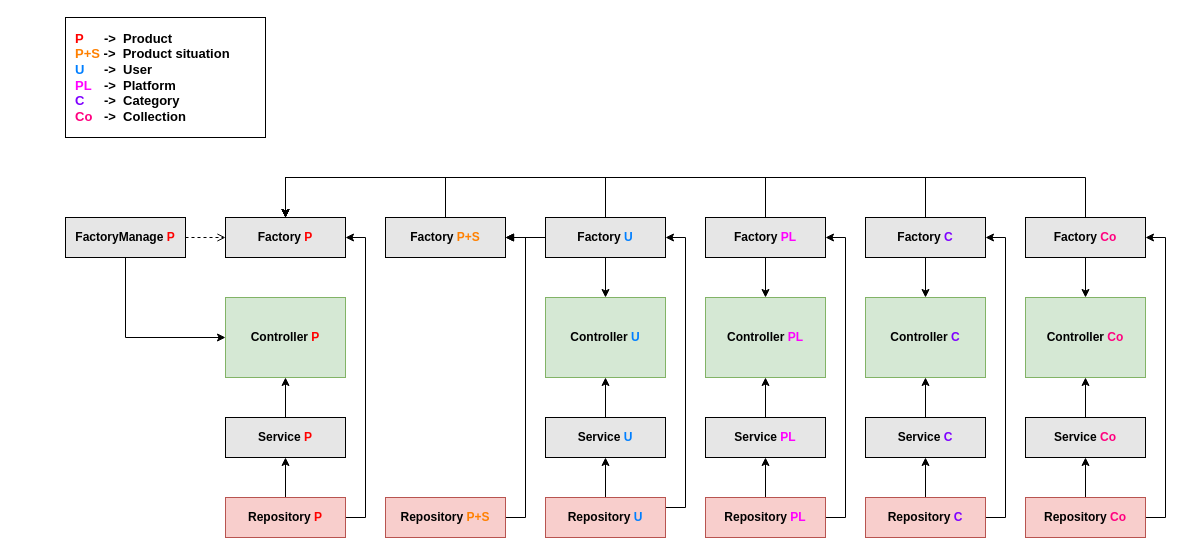
Rafael24595/java-warehouse-rest keeps this draw.io diagram as src/main/resources/warehouse.drawio. Above is the earlier version. Source tidied: cells renumbered, new cells numbered last; positions are measured from the earlier drawing's top-left corner, leaving out a move shared by most shapes. Both pictures are drawn from the tidied source at 100%, with x=0, y=0 at pixel (65, 17).
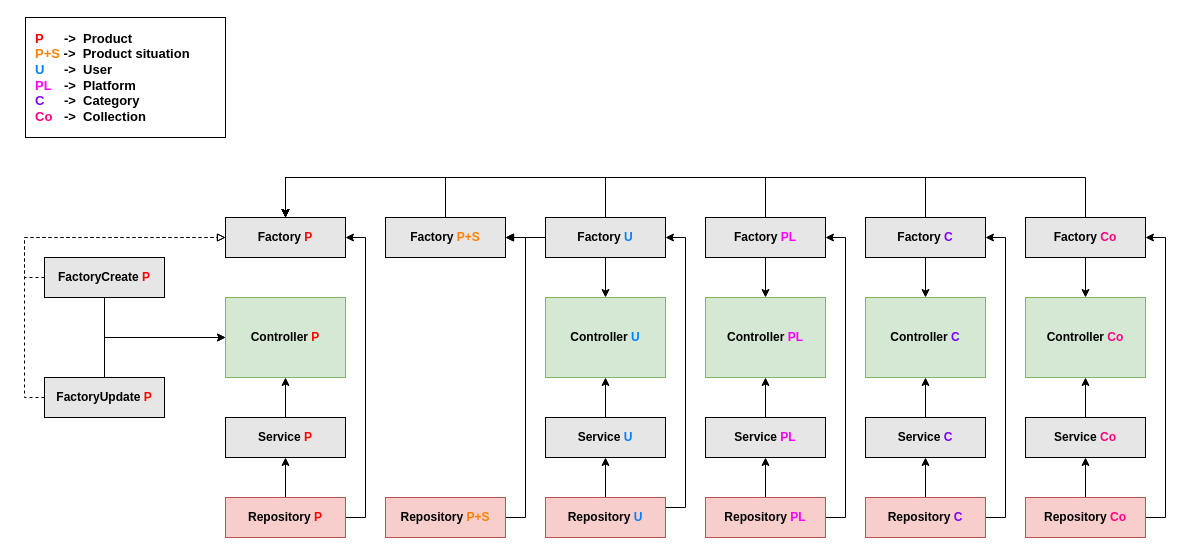
After the change.

The change refers to these unchanged cells:
```xml
<mxCell id="44" value="Factory &lt;font color=&quot;#ff0000&quot;&gt;P&lt;/font&gt;" style="rounded=0;whiteSpace=wrap;html=1;fontStyle=1;fillColor=#E6E6E6;" parent="1" vertex="1">
  <mxGeometry x="160" y="200" width="120" height="40" as="geometry" />
</mxCell>
<mxCell id="48" value="&lt;span style=&quot;&quot;&gt;Controller &lt;font style=&quot;font-size: 12px;&quot; color=&quot;#ff0000&quot;&gt;P&lt;/font&gt;&lt;/span&gt;" style="rounded=0;whiteSpace=wrap;html=1;fontStyle=1;shadow=0;glass=0;sketch=0;fillStyle=auto;fillColor=#d5e8d4;strokeColor=#82b366;" parent="1" vertex="1">
  <mxGeometry x="160" y="280" width="120" height="80" as="geometry" />
</mxCell>
```

What changed in the source:
```diff
@@
     <mxCell id="16" value="&lt;font color=&quot;#ff0000&quot;&gt;P&lt;/font&gt; &lt;span style=&quot;white-space: pre;&quot;&gt;&#9;&lt;/span&gt;-&amp;gt;&amp;nbsp; Product&lt;br style=&quot;&quot;&gt;&lt;font color=&quot;#ff8000&quot;&gt;P+S&lt;/font&gt; -&amp;gt;&amp;nbsp; Product situation&lt;br style=&quot;&quot;&gt;&lt;font color=&quot;#007fff&quot;&gt;U&lt;/font&gt; &lt;span style=&quot;white-space: pre;&quot;&gt;&#9;&lt;/span&gt;-&amp;gt;&amp;nbsp; User&lt;br style=&quot;&quot;&gt;&lt;font color=&quot;#ff00ff&quot;&gt;PL&lt;/font&gt; &lt;span style=&quot;white-space: pre;&quot;&gt;&#9;&lt;/span&gt;-&amp;gt;&amp;nbsp; Platform&lt;br style=&quot;&quot;&gt;&lt;div style=&quot;&quot;&gt;&lt;span style=&quot;background-color: initial;&quot;&gt;&lt;font color=&quot;#7f00ff&quot;&gt;C&lt;/font&gt; &lt;span style=&quot;white-space: pre;&quot;&gt;&#9;&lt;/span&gt;-&amp;gt;&amp;nbsp; Category&lt;/span&gt;&lt;/div&gt;&lt;div style=&quot;&quot;&gt;&lt;span style=&quot;background-color: initial;&quot;&gt;&lt;font color=&quot;#ff0080&quot;&gt;Co&lt;/font&gt;&lt;span style=&quot;white-space: pre;&quot;&gt;&#9;&lt;/span&gt;-&amp;gt;&amp;nbsp; Collection&lt;/span&gt;&lt;/div&gt;" style="rounded=0;whiteSpace=wrap;html=1;fontSize=13;align=left;fontStyle=1;spacing=10;" parent="1" vertex="1">
-      <mxGeometry width="200" height="120" as="geometry" />
+      <mxGeometry x="-40" width="200" height="120" as="geometry" />
     </mxCell>
@@
-    <mxCell id="45" style="edgeStyle=orthogonalEdgeStyle;rounded=0;jettySize=auto;html=1;entryX=0;entryY=0.5;entryDx=0;entryDy=0;endArrow=classic;endFill=1;" parent="1" edge="1" source="47" target="48">
+    <mxCell id="45" style="edgeStyle=orthogonalEdgeStyle;rounded=0;jettySize=auto;html=1;endArrow=classic;endFill=1;" parent="1" edge="1" source="47" target="48">
       <mxGeometry relative="1" as="geometry">
         <Array as="points">
-          <mxPoint x="60" y="320" />
+          <mxPoint x="39" y="320" />
         </Array>
       </mxGeometry>
     </mxCell>
-    <mxCell id="46" style="edgeStyle=orthogonalEdgeStyle;rounded=0;jettySize=auto;html=1;entryX=0;entryY=0.5;entryDx=0;entryDy=0;endArrow=open;endFill=0;dashed=1;" parent="1" edge="1" source="47" target="44">
-      <mxGeometry relative="1" as="geometry" />
+    <mxCell id="46" style="edgeStyle=orthogonalEdgeStyle;rounded=0;jettySize=auto;html=1;entryX=0;entryY=0.5;entryDx=0;entryDy=0;dashed=1;endArrow=block;endFill=0;" parent="1" edge="1" source="47" target="44">
+      <mxGeometry relative="1" as="geometry">
+        <Array as="points">
+          <mxPoint x="-41" y="380" />
+          <mxPoint x="-41" y="220" />
+        </Array>
+      </mxGeometry>
     </mxCell>
-    <mxCell id="47" value="FactoryManage&amp;nbsp;&lt;font color=&quot;#ff0000&quot;&gt;P&lt;/font&gt;" style="rounded=0;whiteSpace=wrap;html=1;fontStyle=1;fillColor=#E6E6E6;" parent="1" vertex="1">
-      <mxGeometry y="200" width="120" height="40" as="geometry" />
+    <mxCell id="47" value="FactoryUpdate&amp;nbsp;&lt;font color=&quot;#ff0000&quot;&gt;P&lt;/font&gt;" style="rounded=0;whiteSpace=wrap;html=1;fontStyle=1;fillColor=#E6E6E6;" parent="1" vertex="1">
+      <mxGeometry x="-21" y="360" width="120" height="40" as="geometry" />
     </mxCell>
@@
+    <mxCell id="54" style="edgeStyle=orthogonalEdgeStyle;rounded=0;jettySize=auto;html=1;entryX=0;entryY=0.5;entryDx=0;entryDy=0;endArrow=classic;endFill=1;" parent="1" edge="1" source="56" target="48">
+      <mxGeometry relative="1" as="geometry">
+        <Array as="points">
+          <mxPoint x="39" y="320" />
+        </Array>
+      </mxGeometry>
+    </mxCell>
+    <mxCell id="55" style="edgeStyle=orthogonalEdgeStyle;rounded=0;jettySize=auto;html=1;entryX=0;entryY=0.5;entryDx=0;entryDy=0;endArrow=block;endFill=0;dashed=1;" parent="1" edge="1" source="56" target="44">
+      <mxGeometry relative="1" as="geometry">
+        <Array as="points">
+          <mxPoint x="-41" y="260" />
+          <mxPoint x="-41" y="220" />
+        </Array>
+      </mxGeometry>
+    </mxCell>
+    <mxCell id="56" value="FactoryCreate&amp;nbsp;&lt;font color=&quot;#ff0000&quot;&gt;P&lt;/font&gt;" style="rounded=0;whiteSpace=wrap;html=1;fontStyle=1;fillColor=#E6E6E6;" parent="1" vertex="1">
+      <mxGeometry x="-21" y="240" width="120" height="40" as="geometry" />
+    </mxCell>
```
